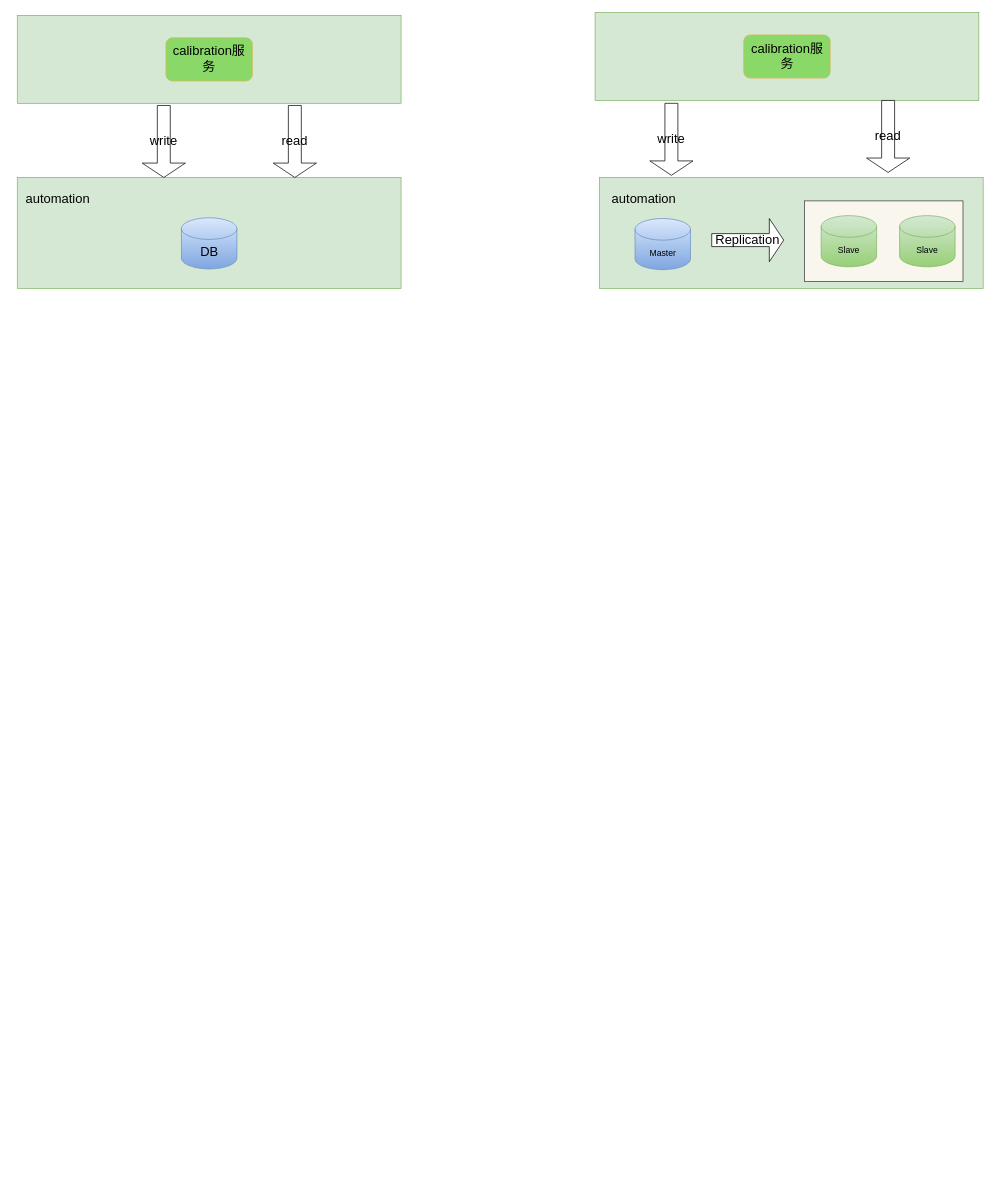
Earlier version of the draw.io diagram automation数据库设计.drawio (viking-wj/software). Source tidied: cells renumbered, new cells numbered last; positions are measured from the earlier drawing's top-left corner, leaving out a move shared by most shapes. Both pictures are drawn from the tidied source at 72%, with x=0, y=0 at pixel (17, 12).
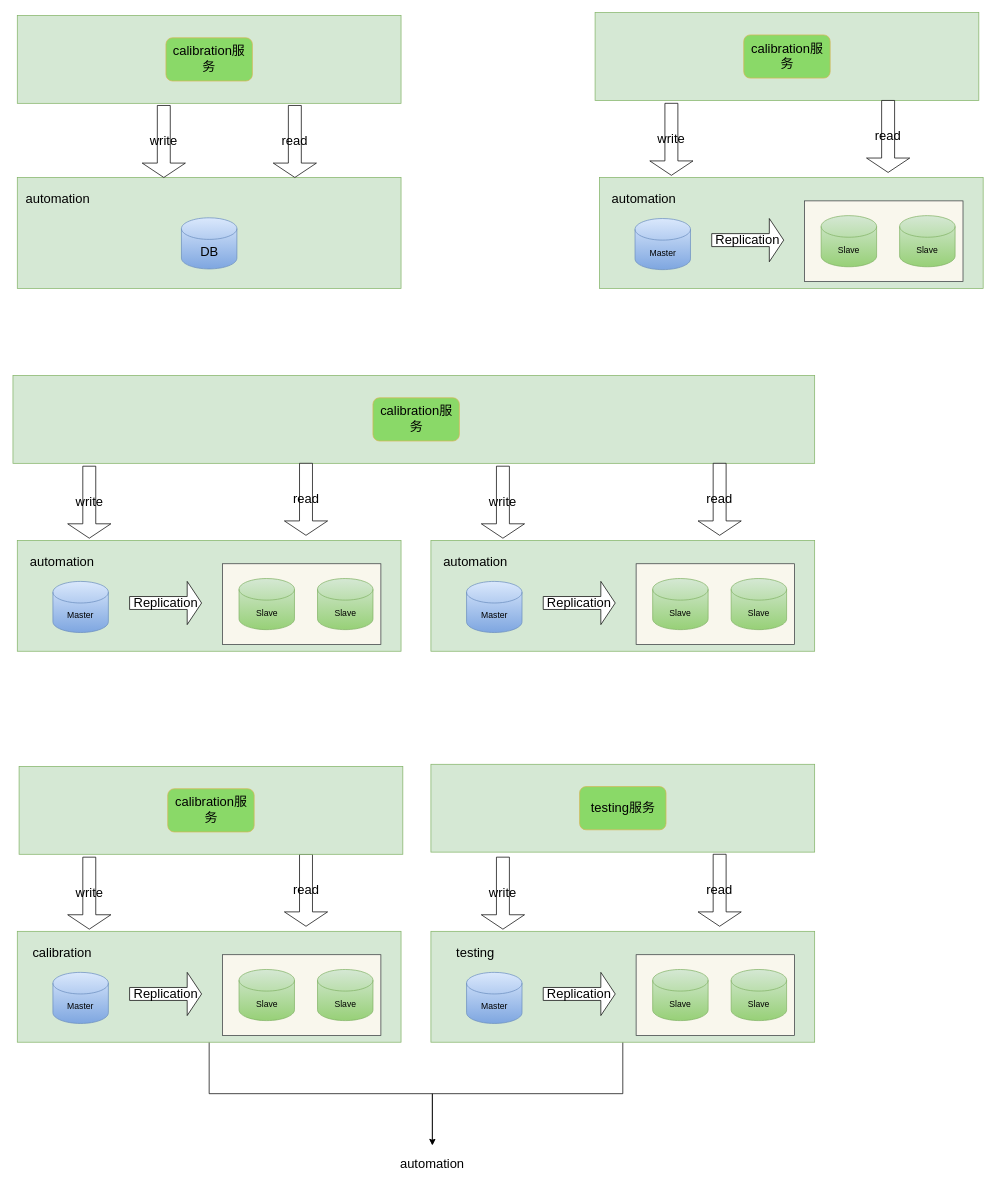
Above is the later version.

Commit message (it also covers changes not shown here):
更新automation数据库设计.drawio

Diff of the diagram source:
```diff
@@
+    <mxCell id="20" style="rounded=0;whiteSpace=wrap;html=1;fillColor=#d5e8d4;strokeColor=#82b366;gradientColor=none;" parent="1" vertex="1">
+      <mxGeometry x="-0.5" y="733" width="533" height="154" as="geometry" />
+    </mxCell>
+    <mxCell id="21" style="rounded=0;whiteSpace=wrap;html=1;fillStyle=auto;fontSize=18;fillColor=#f9f7ed;strokeColor=#36393d;" parent="1" vertex="1">
+      <mxGeometry x="284.5" y="765.5" width="220" height="112" as="geometry" />
+    </mxCell>
+    <mxCell id="22" value="Master" style="shape=cylinder3;whiteSpace=wrap;html=1;boundedLbl=1;backgroundOutline=1;size=15;fillStyle=auto;fillColor=#dae8fc;gradientColor=#7ea6e0;strokeColor=#6c8ebf;" parent="1" vertex="1">
+      <mxGeometry x="49" y="790" width="77" height="71" as="geometry" />
+    </mxCell>
+    <mxCell id="23" value="Slave" style="shape=cylinder3;whiteSpace=wrap;html=1;boundedLbl=1;backgroundOutline=1;size=15;fillStyle=auto;fillColor=#d5e8d4;gradientColor=#97d077;strokeColor=#82b366;" parent="1" vertex="1">
+      <mxGeometry x="307.5" y="786" width="77" height="71" as="geometry" />
+    </mxCell>
+    <mxCell id="24" value="Slave" style="shape=cylinder3;whiteSpace=wrap;html=1;boundedLbl=1;backgroundOutline=1;size=15;fillStyle=auto;fillColor=#d5e8d4;gradientColor=#97d077;strokeColor=#82b366;" parent="1" vertex="1">
+      <mxGeometry x="416.5" y="786" width="77" height="71" as="geometry" />
+    </mxCell>
+    <mxCell id="25" style="rounded=0;whiteSpace=wrap;html=1;fillColor=#d5e8d4;strokeColor=#82b366;gradientColor=none;" parent="1" vertex="1">
+      <mxGeometry x="-6.5" y="504" width="1113.5" height="122" as="geometry" />
+    </mxCell>
+    <mxCell id="26" value="calibration服务" style="rounded=1;whiteSpace=wrap;html=1;gradientColor=none;fillColor=#8AD968;strokeColor=#d6b656;fillStyle=auto;fontSize=18;" parent="1" vertex="1">
+      <mxGeometry x="493.5" y="535" width="120" height="60" as="geometry" />
+    </mxCell>
+    <mxCell id="27" value="write" style="shape=singleArrow;direction=south;whiteSpace=wrap;html=1;fillStyle=auto;fontSize=18;" parent="1" vertex="1">
+      <mxGeometry x="69.5" y="630" width="60" height="100" as="geometry" />
+    </mxCell>
+    <mxCell id="28" value="read" style="shape=singleArrow;direction=south;whiteSpace=wrap;html=1;fillStyle=auto;fontSize=18;" parent="1" vertex="1">
+      <mxGeometry x="370.5" y="626" width="60" height="100" as="geometry" />
+    </mxCell>
+    <mxCell id="29" value="automation" style="text;html=1;strokeColor=none;fillColor=none;align=center;verticalAlign=middle;whiteSpace=wrap;rounded=0;fontSize=18;" parent="1" vertex="1">
+      <mxGeometry x="11.5" y="746" width="100" height="33" as="geometry" />
+    </mxCell>
+    <mxCell id="30" value="Replication" style="shape=singleArrow;whiteSpace=wrap;html=1;fillStyle=auto;fontSize=18;" parent="1" vertex="1">
+      <mxGeometry x="155.5" y="790" width="100" height="60" as="geometry" />
+    </mxCell>
+    <mxCell id="31" style="rounded=0;whiteSpace=wrap;html=1;fillColor=#d5e8d4;strokeColor=#82b366;gradientColor=none;" parent="1" vertex="1">
+      <mxGeometry x="574" y="733" width="533" height="154" as="geometry" />
+    </mxCell>
+    <mxCell id="32" style="rounded=0;whiteSpace=wrap;html=1;fillStyle=auto;fontSize=18;fillColor=#f9f7ed;strokeColor=#36393d;" parent="1" vertex="1">
+      <mxGeometry x="859" y="765.5" width="220" height="112" as="geometry" />
+    </mxCell>
+    <mxCell id="33" value="Master" style="shape=cylinder3;whiteSpace=wrap;html=1;boundedLbl=1;backgroundOutline=1;size=15;fillStyle=auto;fillColor=#dae8fc;gradientColor=#7ea6e0;strokeColor=#6c8ebf;" parent="1" vertex="1">
+      <mxGeometry x="623.5" y="790" width="77" height="71" as="geometry" />
+    </mxCell>
+    <mxCell id="34" value="Slave" style="shape=cylinder3;whiteSpace=wrap;html=1;boundedLbl=1;backgroundOutline=1;size=15;fillStyle=auto;fillColor=#d5e8d4;gradientColor=#97d077;strokeColor=#82b366;" parent="1" vertex="1">
+      <mxGeometry x="882" y="786" width="77" height="71" as="geometry" />
+    </mxCell>
+    <mxCell id="35" value="Slave" style="shape=cylinder3;whiteSpace=wrap;html=1;boundedLbl=1;backgroundOutline=1;size=15;fillStyle=auto;fillColor=#d5e8d4;gradientColor=#97d077;strokeColor=#82b366;" parent="1" vertex="1">
+      <mxGeometry x="991" y="786" width="77" height="71" as="geometry" />
+    </mxCell>
+    <mxCell id="36" value="write" style="shape=singleArrow;direction=south;whiteSpace=wrap;html=1;fillStyle=auto;fontSize=18;" parent="1" vertex="1">
+      <mxGeometry x="644" y="630" width="60" height="100" as="geometry" />
+    </mxCell>
+    <mxCell id="37" value="read" style="shape=singleArrow;direction=south;whiteSpace=wrap;html=1;fillStyle=auto;fontSize=18;" parent="1" vertex="1">
+      <mxGeometry x="945" y="626" width="60" height="100" as="geometry" />
+    </mxCell>
+    <mxCell id="38" value="automation" style="text;html=1;strokeColor=none;fillColor=none;align=center;verticalAlign=middle;whiteSpace=wrap;rounded=0;fontSize=18;" parent="1" vertex="1">
+      <mxGeometry x="586" y="746" width="100" height="33" as="geometry" />
+    </mxCell>
+    <mxCell id="39" value="Replication" style="shape=singleArrow;whiteSpace=wrap;html=1;fillStyle=auto;fontSize=18;" parent="1" vertex="1">
+      <mxGeometry x="730" y="790" width="100" height="60" as="geometry" />
+    </mxCell>
+    <mxCell id="40" style="edgeStyle=orthogonalEdgeStyle;rounded=0;jettySize=auto;html=1;exitX=0.5;exitY=1;exitDx=0;exitDy=0;entryX=0.5;entryY=0;entryDx=0;entryDy=0;fontSize=18;" parent="1" edge="1" source="41" target="64">
+      <mxGeometry relative="1" as="geometry" />
+    </mxCell>
+    <mxCell id="41" style="rounded=0;whiteSpace=wrap;html=1;fillColor=#d5e8d4;strokeColor=#82b366;gradientColor=none;" parent="1" vertex="1">
+      <mxGeometry x="-0.5" y="1276" width="533" height="154" as="geometry" />
+    </mxCell>
+    <mxCell id="42" style="rounded=0;whiteSpace=wrap;html=1;fillStyle=auto;fontSize=18;fillColor=#f9f7ed;strokeColor=#36393d;" parent="1" vertex="1">
+      <mxGeometry x="284.5" y="1308.5" width="220" height="112" as="geometry" />
+    </mxCell>
+    <mxCell id="43" value="Master" style="shape=cylinder3;whiteSpace=wrap;html=1;boundedLbl=1;backgroundOutline=1;size=15;fillStyle=auto;fillColor=#dae8fc;gradientColor=#7ea6e0;strokeColor=#6c8ebf;" parent="1" vertex="1">
+      <mxGeometry x="49" y="1333" width="77" height="71" as="geometry" />
+    </mxCell>
+    <mxCell id="44" value="Slave" style="shape=cylinder3;whiteSpace=wrap;html=1;boundedLbl=1;backgroundOutline=1;size=15;fillStyle=auto;fillColor=#d5e8d4;gradientColor=#97d077;strokeColor=#82b366;" parent="1" vertex="1">
+      <mxGeometry x="307.5" y="1329" width="77" height="71" as="geometry" />
+    </mxCell>
+    <mxCell id="45" value="Slave" style="shape=cylinder3;whiteSpace=wrap;html=1;boundedLbl=1;backgroundOutline=1;size=15;fillStyle=auto;fillColor=#d5e8d4;gradientColor=#97d077;strokeColor=#82b366;" parent="1" vertex="1">
+      <mxGeometry x="416.5" y="1329" width="77" height="71" as="geometry" />
+    </mxCell>
+    <mxCell id="46" value="write" style="shape=singleArrow;direction=south;whiteSpace=wrap;html=1;fillStyle=auto;fontSize=18;" parent="1" vertex="1">
+      <mxGeometry x="69.5" y="1173" width="60" height="100" as="geometry" />
+    </mxCell>
+    <mxCell id="47" value="read" style="shape=singleArrow;direction=south;whiteSpace=wrap;html=1;fillStyle=auto;fontSize=18;" parent="1" vertex="1">
+      <mxGeometry x="370.5" y="1169" width="60" height="100" as="geometry" />
+    </mxCell>
+    <mxCell id="48" value="calibration" style="text;html=1;strokeColor=none;fillColor=none;align=center;verticalAlign=middle;whiteSpace=wrap;rounded=0;fontSize=18;" parent="1" vertex="1">
+      <mxGeometry x="11.5" y="1289" width="100" height="33" as="geometry" />
+    </mxCell>
+    <mxCell id="49" value="Replication" style="shape=singleArrow;whiteSpace=wrap;html=1;fillStyle=auto;fontSize=18;" parent="1" vertex="1">
+      <mxGeometry x="155.5" y="1333" width="100" height="60" as="geometry" />
+    </mxCell>
+    <mxCell id="50" style="edgeStyle=orthogonalEdgeStyle;rounded=0;jettySize=auto;html=1;exitX=0.5;exitY=1;exitDx=0;exitDy=0;fontSize=18;" parent="1" edge="1" source="51" target="64">
+      <mxGeometry relative="1" as="geometry" />
+    </mxCell>
+    <mxCell id="51" style="rounded=0;whiteSpace=wrap;html=1;fillColor=#d5e8d4;strokeColor=#82b366;gradientColor=none;" parent="1" vertex="1">
+      <mxGeometry x="574" y="1276" width="533" height="154" as="geometry" />
+    </mxCell>
+    <mxCell id="52" style="rounded=0;whiteSpace=wrap;html=1;fillStyle=auto;fontSize=18;fillColor=#f9f7ed;strokeColor=#36393d;" parent="1" vertex="1">
+      <mxGeometry x="859" y="1308.5" width="220" height="112" as="geometry" />
+    </mxCell>
+    <mxCell id="53" value="Master" style="shape=cylinder3;whiteSpace=wrap;html=1;boundedLbl=1;backgroundOutline=1;size=15;fillStyle=auto;fillColor=#dae8fc;gradientColor=#7ea6e0;strokeColor=#6c8ebf;" parent="1" vertex="1">
+      <mxGeometry x="623.5" y="1333" width="77" height="71" as="geometry" />
+    </mxCell>
+    <mxCell id="54" value="Slave" style="shape=cylinder3;whiteSpace=wrap;html=1;boundedLbl=1;backgroundOutline=1;size=15;fillStyle=auto;fillColor=#d5e8d4;gradientColor=#97d077;strokeColor=#82b366;" parent="1" vertex="1">
+      <mxGeometry x="882" y="1329" width="77" height="71" as="geometry" />
+    </mxCell>
+    <mxCell id="55" value="Slave" style="shape=cylinder3;whiteSpace=wrap;html=1;boundedLbl=1;backgroundOutline=1;size=15;fillStyle=auto;fillColor=#d5e8d4;gradientColor=#97d077;strokeColor=#82b366;" parent="1" vertex="1">
+      <mxGeometry x="991" y="1329" width="77" height="71" as="geometry" />
+    </mxCell>
+    <mxCell id="56" value="write" style="shape=singleArrow;direction=south;whiteSpace=wrap;html=1;fillStyle=auto;fontSize=18;" parent="1" vertex="1">
+      <mxGeometry x="644" y="1173" width="60" height="100" as="geometry" />
+    </mxCell>
+    <mxCell id="57" value="read" style="shape=singleArrow;direction=south;whiteSpace=wrap;html=1;fillStyle=auto;fontSize=18;" parent="1" vertex="1">
+      <mxGeometry x="945" y="1169" width="60" height="100" as="geometry" />
+    </mxCell>
+    <mxCell id="58" value="testing" style="text;html=1;strokeColor=none;fillColor=none;align=center;verticalAlign=middle;whiteSpace=wrap;rounded=0;fontSize=18;" parent="1" vertex="1">
+      <mxGeometry x="586" y="1289" width="100" height="33" as="geometry" />
+    </mxCell>
+    <mxCell id="59" value="Replication" style="shape=singleArrow;whiteSpace=wrap;html=1;fillStyle=auto;fontSize=18;" parent="1" vertex="1">
+      <mxGeometry x="730" y="1333" width="100" height="60" as="geometry" />
+    </mxCell>
+    <mxCell id="60" style="rounded=0;whiteSpace=wrap;html=1;fillColor=#d5e8d4;strokeColor=#82b366;gradientColor=none;" parent="1" vertex="1">
+      <mxGeometry x="2" y="1047" width="533" height="122" as="geometry" />
+    </mxCell>
+    <mxCell id="61" value="calibration服务" style="rounded=1;whiteSpace=wrap;html=1;gradientColor=none;fillColor=#8AD968;strokeColor=#d6b656;fillStyle=auto;fontSize=18;" parent="1" vertex="1">
+      <mxGeometry x="208.5" y="1078" width="120" height="60" as="geometry" />
+    </mxCell>
+    <mxCell id="62" style="rounded=0;whiteSpace=wrap;html=1;fillColor=#d5e8d4;strokeColor=#82b366;gradientColor=none;" parent="1" vertex="1">
+      <mxGeometry x="574" y="1044" width="533" height="122" as="geometry" />
+    </mxCell>
+    <mxCell id="63" value="testing服务" style="rounded=1;whiteSpace=wrap;html=1;gradientColor=none;fillColor=#8AD968;strokeColor=#d6b656;fillStyle=auto;fontSize=18;" parent="1" vertex="1">
+      <mxGeometry x="780.5" y="1075" width="120" height="60" as="geometry" />
+    </mxCell>
+    <mxCell id="64" value="automation" style="text;html=1;strokeColor=none;fillColor=none;align=center;verticalAlign=middle;whiteSpace=wrap;rounded=0;fontSize=18;" parent="1" vertex="1">
+      <mxGeometry x="526" y="1573" width="100" height="51" as="geometry" />
+    </mxCell>
```
